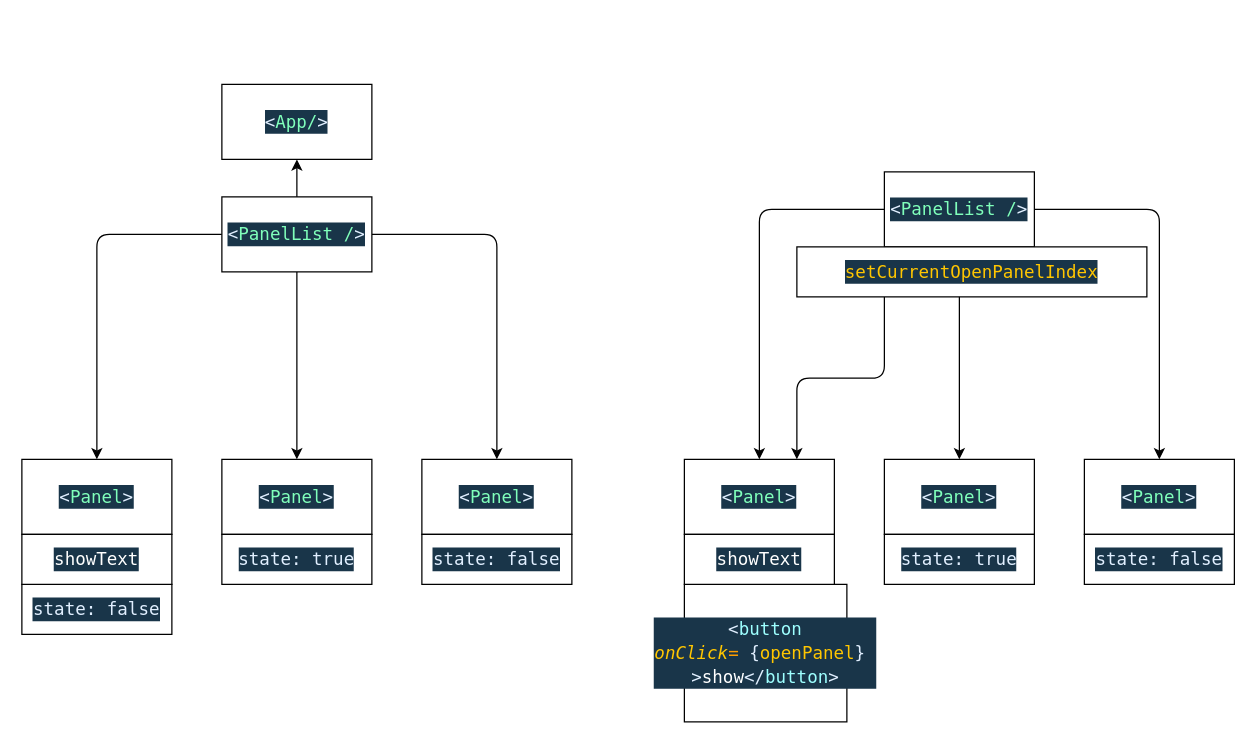
Above: draw.drawio in MariusCodeAcademy/feu5_05_react_stateObj_propsFn_practice (draw.io), before the change. Source tidied: cells renumbered, new cells numbered last; positions are measured from the earlier drawing's top-left corner, leaving out a move shared by most shapes. Both pictures are drawn from the tidied source at 125%, with x=0, y=0 at pixel (21, 84).
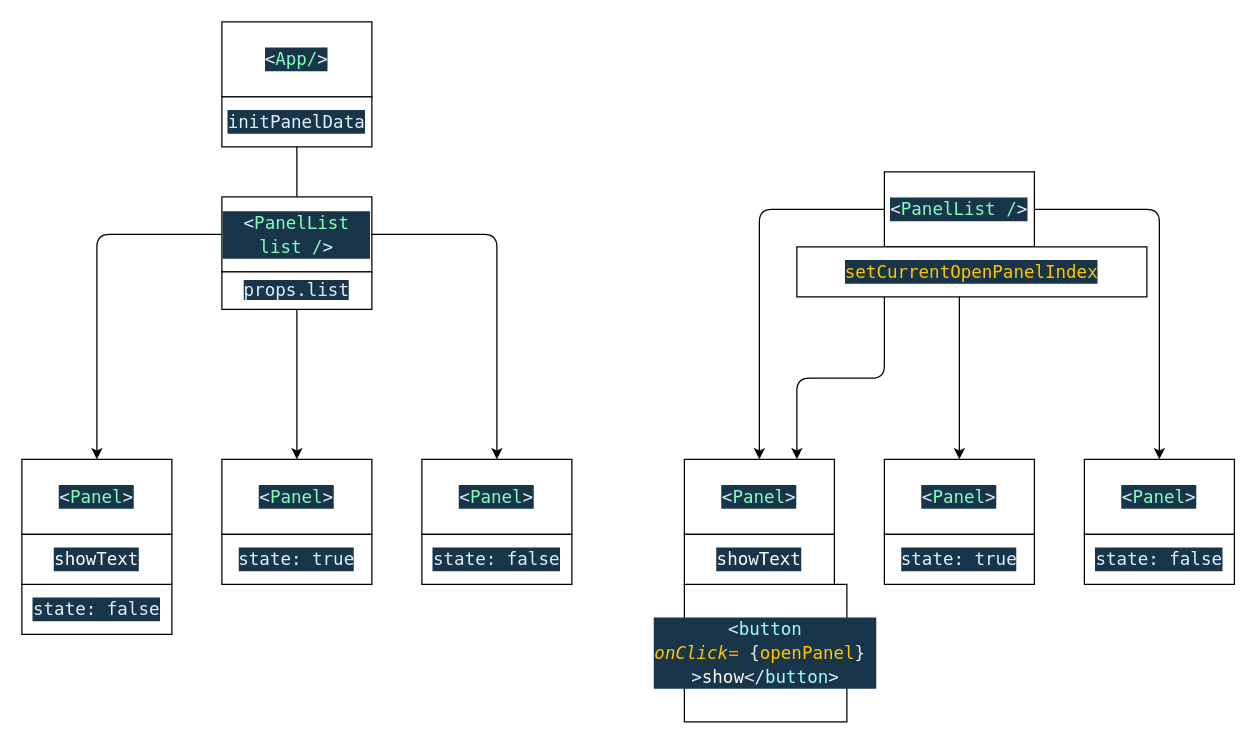
The same page after the edit.

The edit, as a diff of the source:
```diff
@@
-    <mxCell id="6" value="&lt;div style=&quot;color: rgb(255, 255, 255); background-color: rgb(25, 53, 73); font-family: &amp;quot;Cascadia code PL&amp;quot;, Menlo, Monaco, &amp;quot;Courier New&amp;quot;, monospace, Consolas, &amp;quot;Courier New&amp;quot;, monospace; font-size: 14px; line-height: 19px;&quot;&gt;&lt;span style=&quot;color: #e1efff;&quot;&gt;&amp;lt;&lt;/span&gt;&lt;span style=&quot;color: #80ffbb;&quot;&gt;PanelList /&lt;/span&gt;&lt;span style=&quot;color: #e1efff;&quot;&gt;&amp;gt;&lt;/span&gt;&lt;/div&gt;" style="rounded=0;whiteSpace=wrap;html=1;" parent="1" vertex="1">
+    <mxCell id="6" value="&lt;div style=&quot;color: rgb(255, 255, 255); background-color: rgb(25, 53, 73); font-family: &amp;quot;Cascadia code PL&amp;quot;, Menlo, Monaco, &amp;quot;Courier New&amp;quot;, monospace, Consolas, &amp;quot;Courier New&amp;quot;, monospace; font-size: 14px; line-height: 19px;&quot;&gt;&lt;span style=&quot;color: #e1efff;&quot;&gt;&amp;lt;&lt;/span&gt;&lt;span style=&quot;color: #80ffbb;&quot;&gt;PanelList list /&lt;/span&gt;&lt;span style=&quot;color: #e1efff;&quot;&gt;&amp;gt;&lt;/span&gt;&lt;/div&gt;" style="rounded=0;whiteSpace=wrap;html=1;" parent="1" vertex="1">
       <mxGeometry x="160" y="90" width="120" height="60" as="geometry" />
     </mxCell>
@@
     <mxCell id="14" value="&lt;div style=&quot;color: rgb(255, 255, 255); background-color: rgb(25, 53, 73); font-family: &amp;quot;Cascadia code PL&amp;quot;, Menlo, Monaco, &amp;quot;Courier New&amp;quot;, monospace, Consolas, &amp;quot;Courier New&amp;quot;, monospace; font-size: 14px; line-height: 19px;&quot;&gt;&lt;span style=&quot;color: #e1efff;&quot;&gt;&amp;lt;&lt;/span&gt;&lt;span style=&quot;color: #80ffbb;&quot;&gt;App/&lt;/span&gt;&lt;span style=&quot;color: #e1efff;&quot;&gt;&amp;gt;&lt;/span&gt;&lt;/div&gt;" style="rounded=0;whiteSpace=wrap;html=1;" parent="1" vertex="1">
-      <mxGeometry x="160" width="120" height="60" as="geometry" />
+      <mxGeometry x="160" y="-50" width="120" height="60" as="geometry" />
     </mxCell>
@@
+    <mxCell id="28" value="&lt;div style=&quot;background-color: rgb(25, 53, 73); font-family: &amp;quot;Cascadia code PL&amp;quot;, Menlo, Monaco, &amp;quot;Courier New&amp;quot;, monospace, Consolas, &amp;quot;Courier New&amp;quot;, monospace; font-size: 14px; line-height: 19px;&quot;&gt;&lt;font color=&quot;#e1efff&quot;&gt;initPanelData&lt;/font&gt;&lt;/div&gt;" style="rounded=0;whiteSpace=wrap;html=1;" parent="1" vertex="1">
+      <mxGeometry x="160" y="10" width="120" height="40" as="geometry" />
+    </mxCell>
+    <mxCell id="29" value="&lt;div style=&quot;background-color: rgb(25, 53, 73); font-family: &amp;quot;Cascadia code PL&amp;quot;, Menlo, Monaco, &amp;quot;Courier New&amp;quot;, monospace, Consolas, &amp;quot;Courier New&amp;quot;, monospace; font-size: 14px; line-height: 19px;&quot;&gt;&lt;/div&gt;&lt;span style=&quot;color: rgb(225, 239, 255); font-family: &amp;quot;Cascadia code PL&amp;quot;, Menlo, Monaco, &amp;quot;Courier New&amp;quot;, monospace, Consolas, &amp;quot;Courier New&amp;quot;, monospace; font-size: 14px; background-color: rgb(25, 53, 73);&quot;&gt;props.list&lt;br&gt;&lt;/span&gt;" style="rounded=0;whiteSpace=wrap;html=1;" parent="1" vertex="1">
+      <mxGeometry x="160" y="150" width="120" height="30" as="geometry" />
+    </mxCell>
```
